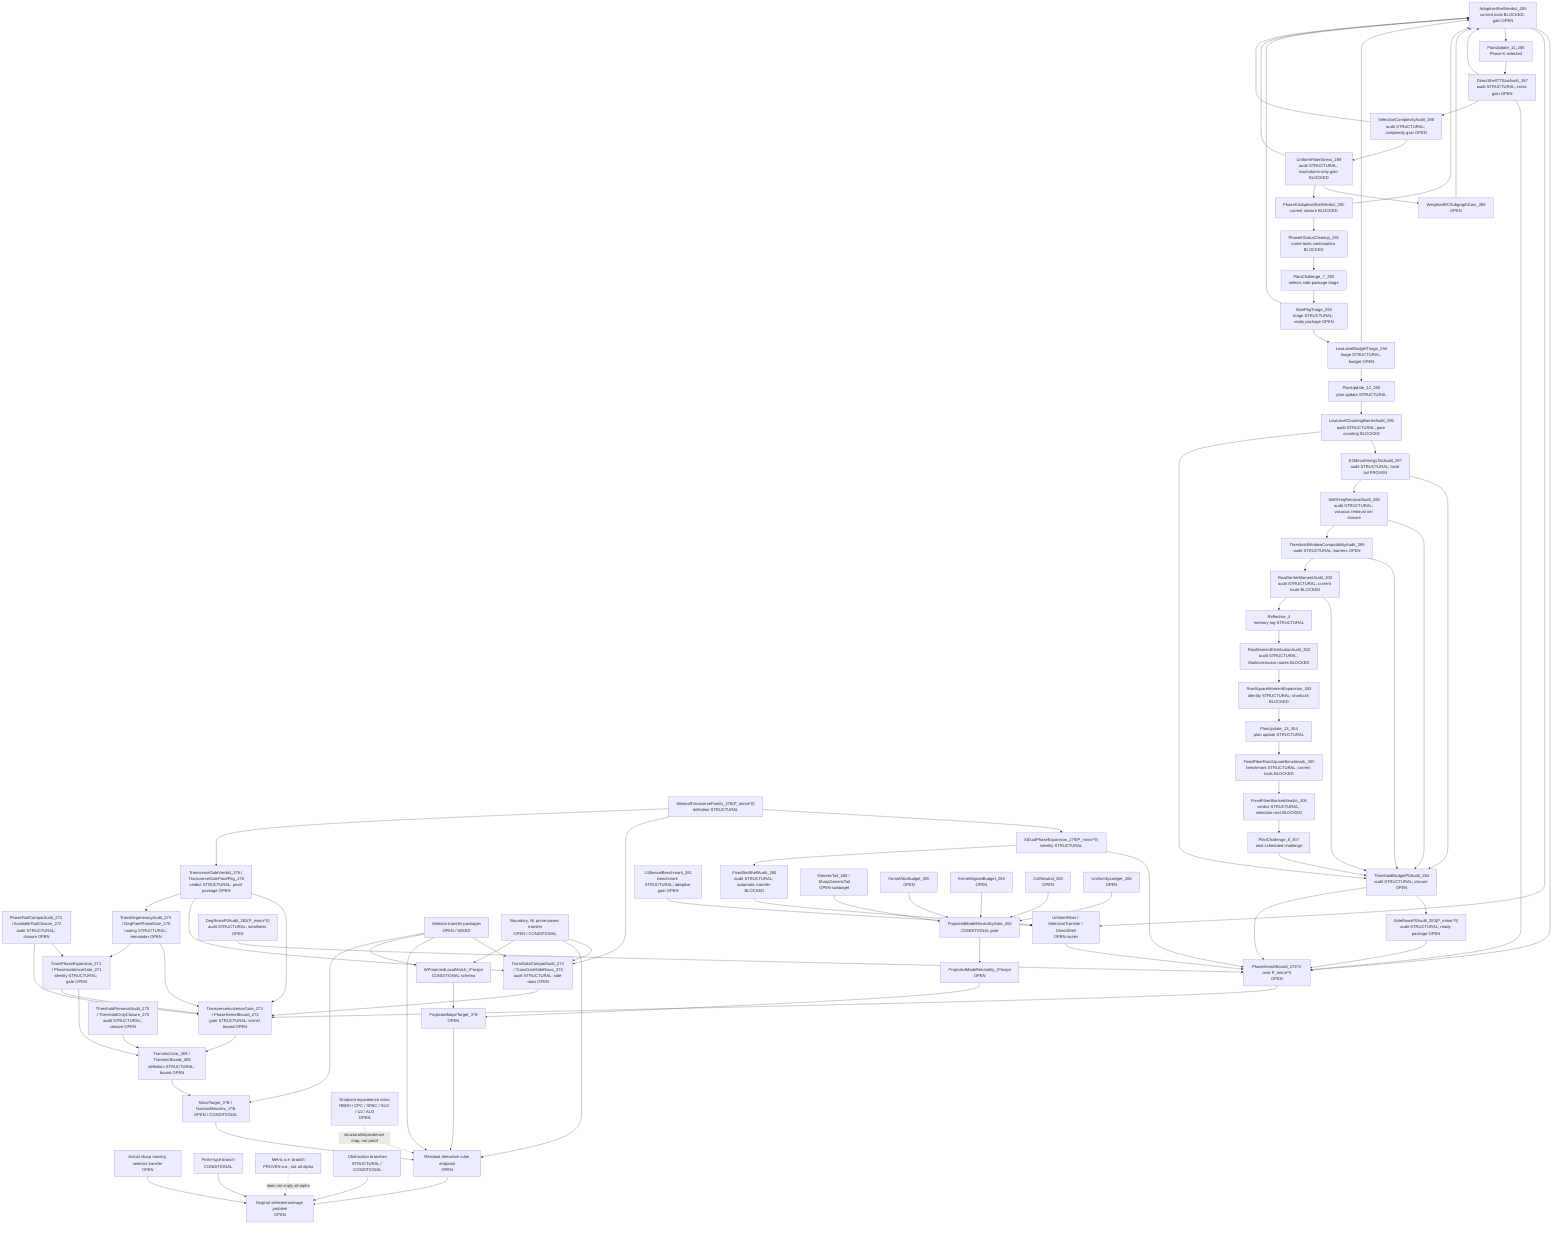
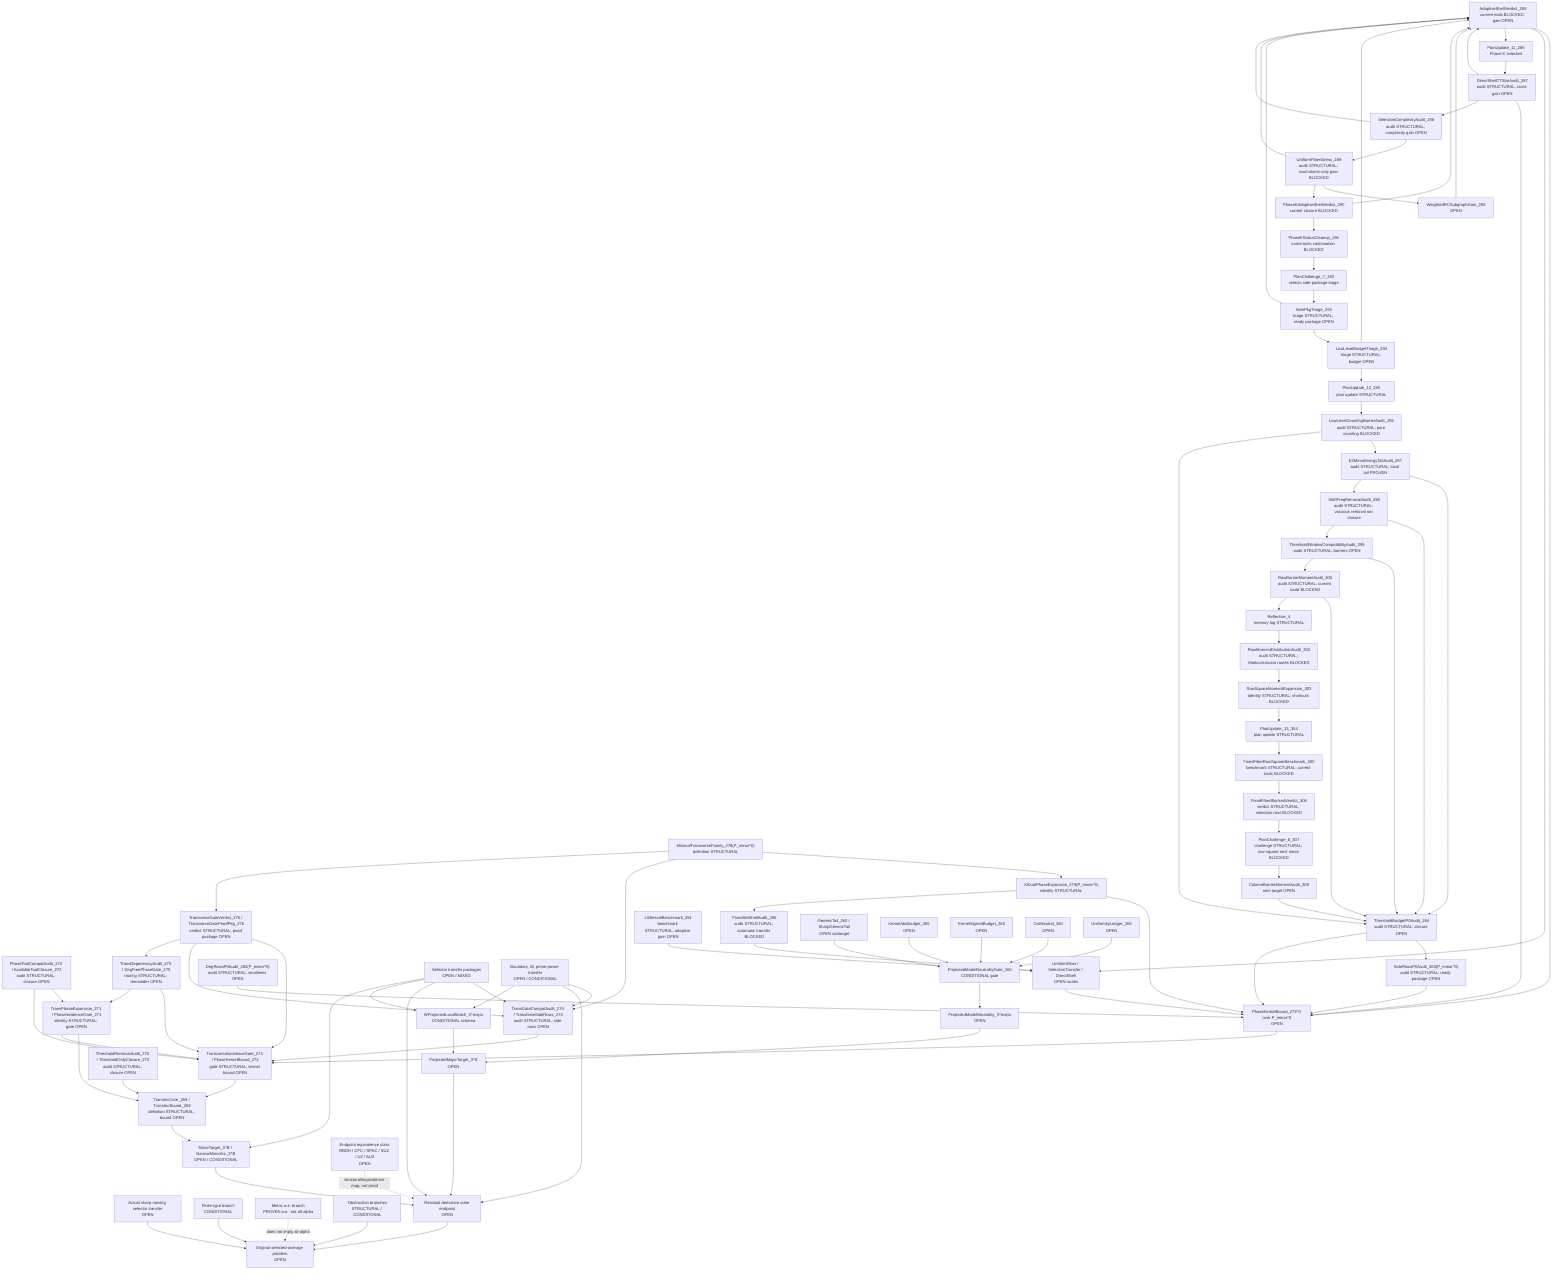
flowchart TD
  Original["Original selected-average problem<br/>OPEN"]
  SharpSel["Actual sharp moving selector transfer<br/>OPEN"]
  FiniteType["Finite-type branch<br/>CONDITIONAL"]
  Metric["Metric a.e. branch<br/>PROVEN a.e.; not all-alpha"]
  Obstruction["Obstruction branches<br/>STRUCTURAL / CONDITIONAL"]

  ResCube["Residual derivative cube endpoint<br/>OPEN"]
  MajorTarget["ProjectedMajorTarget_3^B<br/>OPEN"]
  MinorTarget["MinorTarget_3^B / NarrowMinorArc_3^B<br/>OPEN / CONDITIONAL"]
  TransInc["TransIncCore_269 / TransIncBound_269<br/>definition STRUCTURAL; bound OPEN"]
  ThresholdAudit["ThresholdRemovalAudit_270 / ThresholdOnlyClosure_270<br/>audit STRUCTURAL; closure OPEN"]
  PhaseExpansion["TransPhaseExpansion_271 / PhaseIncidenceGate_271<br/>identity STRUCTURAL; gate OPEN"]
  ToolCompat["PhaseToolCompatAudit_272 / AvailableToolClosure_272<br/>audit STRUCTURAL; closure OPEN"]
  TransGate["TransverseIncidenceGate_273 / PhaseKernelBound_273<br/>gate STRUCTURAL; kernel bound OPEN"]
  TransGateCompat["TransGateCompatAudit_274 / TransGateSideRows_274<br/>audit STRUCTURAL; side rows OPEN"]
  DegAudit["TransDegeneracyAudit_275 / DegFreePhaseGate_275<br/>routing STRUCTURAL; remainder OPEN"]
  TransVerdict["TransverseGateVerdict_276 / TransverseGateProofPkg_276<br/>verdict STRUCTURAL; proof package OPEN"]
  MinTransFamily["MinimalTransverseFamily_278(P_minor^0)<br/>definition STRUCTURAL"]
  XiExpansion["XiDualPhaseExpansion_279(P_minor^0)<br/>identity STRUCTURAL"]
  FixedShellAudit["FixedSetShellAudit_280<br/>audit STRUCTURAL; automatic transfer BLOCKED"]
  FixedShellTransfer["UniformFiber / SelectionTransfer / DirectShell<br/>OPEN routes"]
  LSBesselBench["LSBesselBenchmark_281<br/>benchmark STRUCTURAL; adaptive gain OPEN"]
  DegRowsP0["DegRowsP0Audit_282(P_minor^0)<br/>audit STRUCTURAL; smallness OPEN"]
  SideRowsP0["SideRowsP0Audit_283(P_minor^0)<br/>audit STRUCTURAL; ready package OPEN"]
  ThresholdP0["ThresholdBudgetP0Audit_284<br/>audit STRUCTURAL; closure OPEN"]
  AdaptiveShellP0["AdaptiveShellVerdict_285<br/>current tools BLOCKED; gain OPEN"]
  PlanUpdate11["PlanUpdate_11_286<br/>Phase K selected"]
  DirectTTStar["DirectShellTTStarAudit_287<br/>audit STRUCTURAL; cross gain OPEN"]
  SelectionComplexity["SelectionComplexityAudit_288<br/>audit STRUCTURAL; complexity gain OPEN"]
  UniformFiberStress["UniformFiberStress_289<br/>audit STRUCTURAL; row/column-only gain BLOCKED"]
  WeightedRCSubgraph["WeightedRCSubgraphGain_289<br/>OPEN"]
  AdaptiveVerdict290["PhaseKAdaptiveShellVerdict_290<br/>current closure BLOCKED"]
  PhaseKCleanup291["PhaseKStatusCleanup_291<br/>same-tools continuation BLOCKED"]
  PlanChallenge7["PlanChallenge_7_292<br/>selects side-package triage"]
  SidePkgTriage293["SidePkgTriage_293<br/>triage STRUCTURAL; ready package OPEN"]
  LowLevelTriage294["LowLevelBudgetTriage_294<br/>triage STRUCTURAL; budget OPEN"]
  PlanUpdate12["PlanUpdate_12_295<br/>plan update STRUCTURAL"]
  LowLevelBarrier296["LowLevelCountingBarrierAudit_296<br/>audit STRUCTURAL; pure counting BLOCKED"]
  E2Tail297["E2MinorEnergyTailAudit_297<br/>audit STRUCTURAL; local tail PROVEN"]
  ShiftFreq298["ShiftFreqRemovalAudit_298<br/>audit STRUCTURAL; vacuous removal not closure"]
  ThresholdWindow299["ThresholdWindowCompatibilityAudit_299<br/>audit STRUCTURAL; barriers OPEN"]
  RowBarrier300["RowBarrierMomentAudit_300<br/>audit STRUCTURAL; current route BLOCKED"]
  Reflective4["Reflective_4<br/>memory log STRUCTURAL"]
  RowMoment302["RowMomentDistributionAudit_302<br/>audit STRUCTURAL; Markov/circular routes BLOCKED"]
  RowSquare303["RowSquareMomentExpansion_303<br/>identity STRUCTURAL; shortcuts BLOCKED"]
  PlanUpdate13["PlanUpdate_13_304<br/>plan update STRUCTURAL"]
  FixedFiber305["FixedFiberRowSquareBenchmark_305<br/>benchmark STRUCTURAL; current tools BLOCKED"]
  FixedFiber306["FixedFiberBlockedVerdict_306<br/>verdict STRUCTURAL; selection next BLOCKED"]
-   PlanChallenge8["PlanChallenge_8_307<br/>next scheduled challenge"]
+   PlanChallenge8["PlanChallenge_8_307<br/>challenge STRUCTURAL; row-square next move BLOCKED"]
+   ColumnBarrier308["ColumnBarrierMomentAudit_308<br/>next target OPEN"]
  PhaseKernel0["PhaseKernelBound_273^0 over P_minor^0<br/>OPEN"]
  SelectorTransfer["Selector transfer packages<br/>OPEN / MIXED"]
  BoundaryTransfer["Boundary, W, prime-power transfer<br/>OPEN / CONDITIONAL"]

  WLocal["WProjectedLocalMatch_3^major<br/>CONDITIONAL schema"]
  ModelNeutral["ProjectedModelNeutrality_3^major<br/>OPEN"]
  PMNGate["ProjectedModelNeutralityGate_260<br/>CONDITIONAL gate"]
  GenericTail["GenericTail_260 / SharpGenericTail<br/>OPEN subtarget"]
  KernelAbs["KernelAbsBudget_265<br/>OPEN"]
  KernelSigned["KernelSignedBudget_265<br/>OPEN"]
  CollNeutral["CollNeutral_260<br/>OPEN"]
  Uniformity["UniformityLedger_266<br/>OPEN"]

  EndpointClass["Endpoint equivalence class<br/>RBDH / CPC / SPAC / SU2 / U2 / AU3<br/>OPEN"]

  SharpSel --> Original
  FiniteType --> Original
  Obstruction --> Original
  ResCube --> Original
  Metric -. "does not imply all-alpha" .-> Original

  MajorTarget --> ResCube
  MinorTarget --> ResCube
  TransInc --> MinorTarget
  ThresholdAudit --> TransInc
  PhaseExpansion --> TransInc
  ToolCompat --> PhaseExpansion
  TransGate --> TransInc
  PhaseExpansion --> TransGate
  ToolCompat --> TransGate
  TransGateCompat --> TransGate
  SelectorTransfer --> TransGateCompat
  BoundaryTransfer --> TransGateCompat
  DegAudit --> TransGate
  DegAudit --> PhaseExpansion
  TransVerdict --> TransGate
  TransVerdict --> TransGateCompat
  TransVerdict --> DegAudit
  PhaseKernel0 --> TransGate
  MinTransFamily --> XiExpansion
  XiExpansion --> PhaseKernel0
  XiExpansion --> FixedShellAudit
  FixedShellAudit --> FixedShellTransfer
  FixedShellTransfer --> PhaseKernel0
  LSBesselBench --> FixedShellTransfer
  DegRowsP0 --> PhaseKernel0
  SideRowsP0 --> PhaseKernel0
  ThresholdP0 --> SideRowsP0
  ThresholdP0 --> PhaseKernel0
  AdaptiveShellP0 --> PhaseKernel0
  AdaptiveShellP0 --> FixedShellTransfer
  AdaptiveShellP0 --> PlanUpdate11
  PlanUpdate11 --> DirectTTStar
  DirectTTStar --> AdaptiveShellP0
  DirectTTStar --> PhaseKernel0
  DirectTTStar --> SelectionComplexity
  SelectionComplexity --> UniformFiberStress
  SelectionComplexity --> AdaptiveShellP0
  UniformFiberStress --> WeightedRCSubgraph
  WeightedRCSubgraph --> AdaptiveShellP0
  UniformFiberStress --> AdaptiveVerdict290
  UniformFiberStress --> AdaptiveShellP0
  AdaptiveVerdict290 --> AdaptiveShellP0
  AdaptiveVerdict290 --> PhaseKCleanup291
  PhaseKCleanup291 --> PlanChallenge7
  PlanChallenge7 --> SidePkgTriage293
  SidePkgTriage293 --> LowLevelTriage294
  SidePkgTriage293 --> AdaptiveShellP0
  LowLevelTriage294 --> AdaptiveShellP0
  LowLevelTriage294 --> PlanUpdate12
  PlanUpdate12 --> LowLevelBarrier296
  LowLevelBarrier296 --> E2Tail297
  LowLevelBarrier296 --> ThresholdP0
  E2Tail297 --> ThresholdP0
  E2Tail297 --> ShiftFreq298
  ShiftFreq298 --> ThresholdP0
  ShiftFreq298 --> ThresholdWindow299
  ThresholdWindow299 --> ThresholdP0
  ThresholdWindow299 --> RowBarrier300
  RowBarrier300 --> ThresholdP0
  RowBarrier300 --> Reflective4
  Reflective4 --> RowMoment302
  RowMoment302 --> RowSquare303
  RowSquare303 --> PlanUpdate13
  PlanUpdate13 --> FixedFiber305
  FixedFiber305 --> FixedFiber306
  FixedFiber306 --> PlanChallenge8
-   PlanChallenge8 --> ThresholdP0
+   PlanChallenge8 --> ColumnBarrier308
+   ColumnBarrier308 --> ThresholdP0
  MinTransFamily --> TransGateCompat
  MinTransFamily --> TransVerdict
  SelectorTransfer --> ResCube
  BoundaryTransfer --> ResCube
  EndpointClass -. "structural/equivalence map, not proof" .-> ResCube

  WLocal --> MajorTarget
  ModelNeutral --> MajorTarget

  PMNGate --> ModelNeutral
  GenericTail --> PMNGate
  KernelAbs --> PMNGate
  KernelSigned --> PMNGate
  CollNeutral --> PMNGate
  Uniformity --> PMNGate

  BoundaryTransfer --> WLocal
  SelectorTransfer --> WLocal
  SelectorTransfer --> MinorTarget
